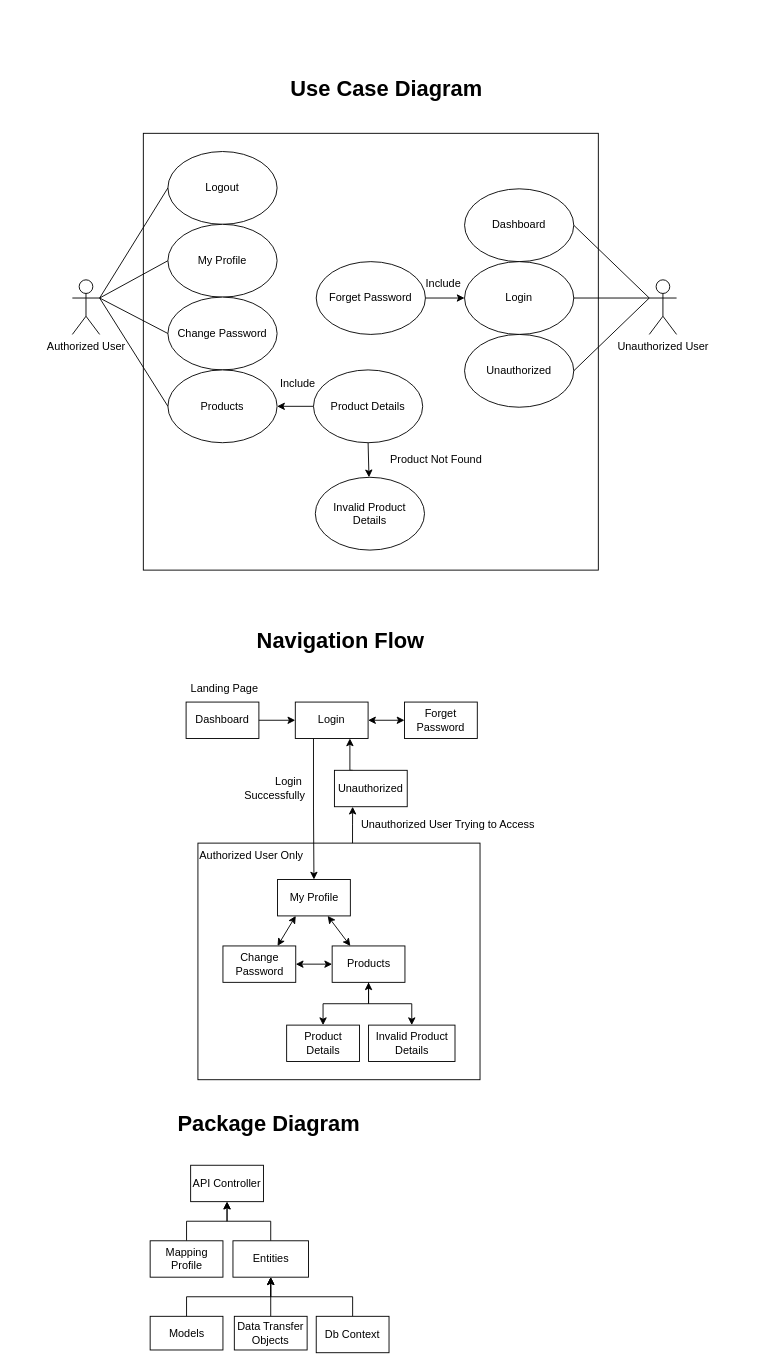
Above: Documentation/Requirement Analysis and System Design.drawio in yy-cc-20/Angular-Test (draw.io), before the change. Source tidied: cells renumbered, new cells numbered last; positions are measured from the earlier drawing's top-left corner, leaving out a move shared by most shapes. Both pictures are drawn from the tidied source at 91%, with x=0, y=0 at pixel (72, 69).
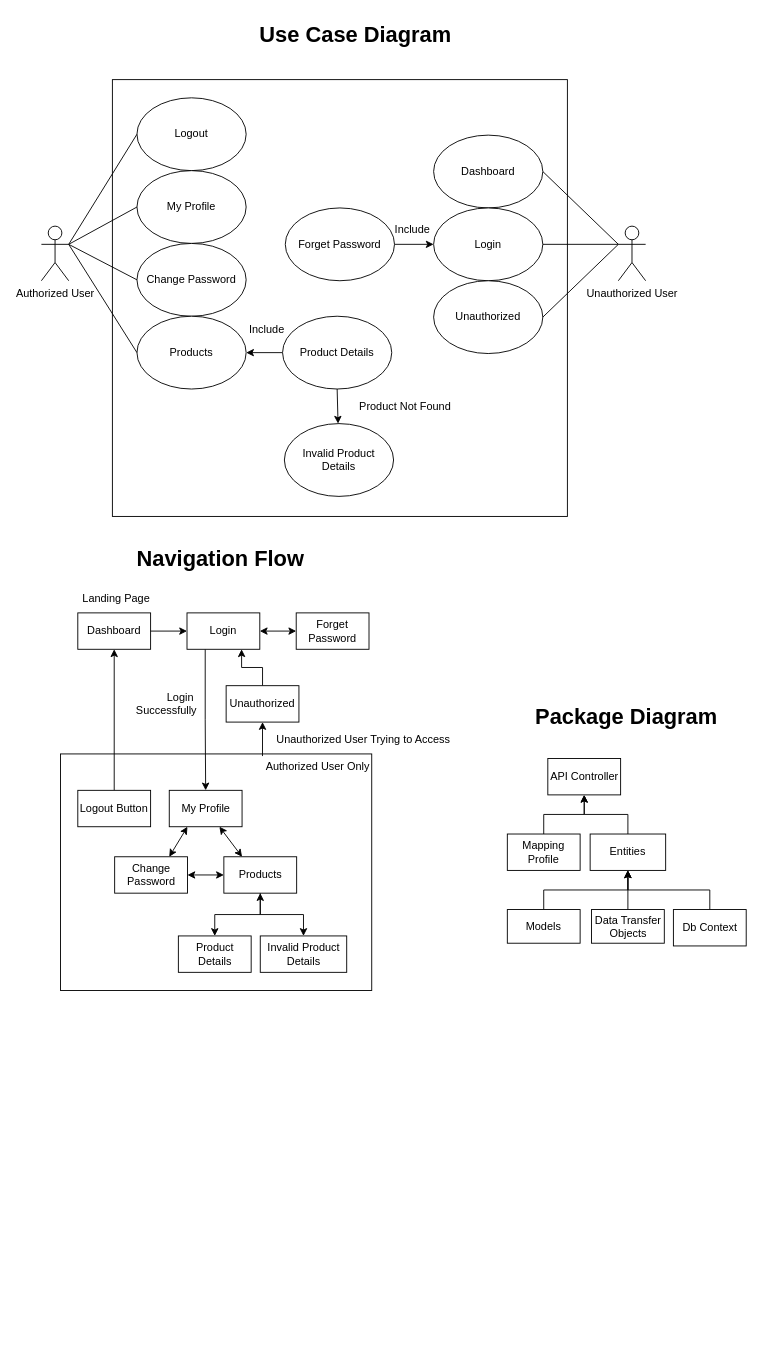
The same page after the edit.

What changed in the source:
```diff
@@
-    <mxCell id="2" style="edgeStyle=orthogonalEdgeStyle;rounded=0;jettySize=auto;html=1;exitX=0.548;exitY=0;exitDx=0;exitDy=0;entryX=0.25;entryY=1;entryDx=0;entryDy=0;exitPerimeter=0;" parent="1" edge="1" source="3" target="32">
-      <mxGeometry relative="1" as="geometry" />
-    </mxCell>
-    <mxCell id="3" value="&lt;div&gt;Authorized User Only&lt;/div&gt;" style="rounded=0;whiteSpace=wrap;html=1;fillColor=none;align=left;verticalAlign=top;" parent="1" vertex="1">
-      <mxGeometry x="138" y="850" width="310" height="260" as="geometry" />
+    <mxCell id="3" value="&lt;div&gt;Authorized User Only&lt;/div&gt;" style="rounded=0;whiteSpace=wrap;html=1;fillColor=none;align=right;verticalAlign=top;" parent="1" vertex="1">
+      <mxGeometry x="-13" y="752" width="342" height="260" as="geometry" />
     </mxCell>
@@
     <mxCell id="6" value="Unauthorized User" style="shape=umlActor;verticalLabelPosition=bottom;verticalAlign=top;html=1;outlineConnect=0;" parent="1" vertex="1">
-      <mxGeometry x="634" y="231" width="30" height="60" as="geometry" />
+      <mxGeometry x="600" y="172" width="30" height="60" as="geometry" />
     </mxCell>
     <mxCell id="7" value="Authorized User" style="shape=umlActor;verticalLabelPosition=bottom;verticalAlign=top;html=1;outlineConnect=0;" parent="1" vertex="1">
-      <mxGeometry y="231" width="30" height="60" as="geometry" />
+      <mxGeometry x="-34" y="172" width="30" height="60" as="geometry" />
     </mxCell>
     <mxCell id="8" value="Dashboard" style="ellipse;whiteSpace=wrap;html=1;" parent="1" vertex="1">
-      <mxGeometry x="431" y="131" width="120" height="80" as="geometry" />
+      <mxGeometry x="397" y="72" width="120" height="80" as="geometry" />
     </mxCell>
     <mxCell id="9" value="Login" style="ellipse;whiteSpace=wrap;html=1;" parent="1" vertex="1">
-      <mxGeometry x="431" y="211" width="120" height="80" as="geometry" />
+      <mxGeometry x="397" y="152" width="120" height="80" as="geometry" />
     </mxCell>
     <mxCell id="10" value="Logout" style="ellipse;whiteSpace=wrap;html=1;" parent="1" vertex="1">
-      <mxGeometry x="105" y="90" width="120" height="80" as="geometry" />
+      <mxGeometry x="71" y="31" width="120" height="80" as="geometry" />
     </mxCell>
@@
     <mxCell id="12" value="Forget Password" style="ellipse;whiteSpace=wrap;html=1;" parent="1" vertex="1">
-      <mxGeometry x="268" y="211" width="120" height="80" as="geometry" />
+      <mxGeometry x="234" y="152" width="120" height="80" as="geometry" />
     </mxCell>
     <mxCell id="13" value="Unauthorized" style="ellipse;whiteSpace=wrap;html=1;" parent="1" vertex="1">
-      <mxGeometry x="431" y="291" width="120" height="80" as="geometry" />
+      <mxGeometry x="397" y="232" width="120" height="80" as="geometry" />
     </mxCell>
@@
     <mxCell id="16" value="My Profile" style="ellipse;whiteSpace=wrap;html=1;" parent="1" vertex="1">
-      <mxGeometry x="105" y="170" width="120" height="80" as="geometry" />
+      <mxGeometry x="71" y="111" width="120" height="80" as="geometry" />
     </mxCell>
     <mxCell id="17" value="Change Password" style="ellipse;whiteSpace=wrap;html=1;" parent="1" vertex="1">
-      <mxGeometry x="105" y="250" width="120" height="80" as="geometry" />
+      <mxGeometry x="71" y="191" width="120" height="80" as="geometry" />
     </mxCell>
     <mxCell id="18" value="Products" style="ellipse;whiteSpace=wrap;html=1;" parent="1" vertex="1">
-      <mxGeometry x="105" y="330" width="120" height="80" as="geometry" />
+      <mxGeometry x="71" y="271" width="120" height="80" as="geometry" />
     </mxCell>
@@
     <mxCell id="21" value="Product Details" style="ellipse;whiteSpace=wrap;html=1;" parent="1" vertex="1">
-      <mxGeometry x="265" y="330" width="120" height="80" as="geometry" />
+      <mxGeometry x="231" y="271" width="120" height="80" as="geometry" />
     </mxCell>
     <mxCell id="22" value="Invalid Product Details" style="ellipse;whiteSpace=wrap;html=1;" parent="1" vertex="1">
-      <mxGeometry x="267" y="448" width="120" height="80" as="geometry" />
+      <mxGeometry x="233" y="389" width="120" height="80" as="geometry" />
     </mxCell>
@@
     <mxCell id="26" value="&lt;h1 style=&quot;margin-top: 0px;&quot;&gt;Use Case Diagram&lt;/h1&gt;" style="text;html=1;whiteSpace=wrap;overflow=hidden;rounded=0;" parent="1" vertex="1">
-      <mxGeometry x="238" width="224" height="44" as="geometry" />
+      <mxGeometry x="204" y="-59" width="224" height="44" as="geometry" />
     </mxCell>
     <mxCell id="27" value="Dashboard" style="rounded=0;whiteSpace=wrap;html=1;" parent="1" vertex="1">
-      <mxGeometry x="125" y="695" width="80" height="40" as="geometry" />
+      <mxGeometry x="6" y="597" width="80" height="40" as="geometry" />
     </mxCell>
@@
     <mxCell id="29" value="Login" style="rounded=0;whiteSpace=wrap;html=1;" parent="1" vertex="1">
-      <mxGeometry x="245" y="695" width="80" height="40" as="geometry" />
+      <mxGeometry x="126" y="597" width="80" height="40" as="geometry" />
     </mxCell>
     <mxCell id="30" value="Forget Password" style="rounded=0;whiteSpace=wrap;html=1;" parent="1" vertex="1">
-      <mxGeometry x="365" y="695" width="80" height="40" as="geometry" />
+      <mxGeometry x="246" y="597" width="80" height="40" as="geometry" />
     </mxCell>
-    <mxCell id="31" style="rounded=0;jettySize=auto;html=1;exitX=0.25;exitY=0;exitDx=0;exitDy=0;entryX=0.75;entryY=1;entryDx=0;entryDy=0;edgeStyle=orthogonalEdgeStyle;" parent="1" edge="1" source="32" target="29">
+    <mxCell id="31" style="edgeStyle=orthogonalEdgeStyle;rounded=0;jettySize=auto;html=1;exitX=0.5;exitY=0;exitDx=0;exitDy=0;entryX=0.75;entryY=1;entryDx=0;entryDy=0;" parent="1" edge="1" source="32" target="29">
       <mxGeometry relative="1" as="geometry" />
     </mxCell>
     <mxCell id="32" value="Unauthorized" style="rounded=0;whiteSpace=wrap;html=1;" parent="1" vertex="1">
-      <mxGeometry x="288" y="770" width="80" height="40" as="geometry" />
+      <mxGeometry x="169" y="677" width="80" height="40" as="geometry" />
     </mxCell>
@@
     <mxCell id="35" value="My Profile" style="rounded=0;whiteSpace=wrap;html=1;" parent="1" vertex="1">
-      <mxGeometry x="225.5" y="890" width="80" height="40" as="geometry" />
+      <mxGeometry x="106.5" y="792" width="80" height="40" as="geometry" />
     </mxCell>
     <mxCell id="36" value="Change Password" style="rounded=0;whiteSpace=wrap;html=1;" parent="1" vertex="1">
-      <mxGeometry x="165.5" y="963" width="80" height="40" as="geometry" />
+      <mxGeometry x="46.5" y="865" width="80" height="40" as="geometry" />
     </mxCell>
@@
     <mxCell id="38" value="Products" style="rounded=0;whiteSpace=wrap;html=1;" parent="1" vertex="1">
-      <mxGeometry x="285.5" y="963" width="80" height="40" as="geometry" />
+      <mxGeometry x="166.5" y="865" width="80" height="40" as="geometry" />
     </mxCell>
@@
     <mxCell id="40" value="Product Details" style="rounded=0;whiteSpace=wrap;html=1;" parent="1" vertex="1">
-      <mxGeometry x="235.5" y="1050" width="80" height="40" as="geometry" />
+      <mxGeometry x="116.5" y="952" width="80" height="40" as="geometry" />
     </mxCell>
     <mxCell id="41" value="Invalid Product Details" style="rounded=0;whiteSpace=wrap;html=1;" parent="1" vertex="1">
-      <mxGeometry x="325.5" y="1050" width="95" height="40" as="geometry" />
+      <mxGeometry x="206.5" y="952" width="95" height="40" as="geometry" />
     </mxCell>
@@
     <mxCell id="44" value="Login&amp;nbsp;&lt;div&gt;&lt;span style=&quot;background-color: initial;&quot;&gt;Successfully&lt;/span&gt;&lt;/div&gt;" style="text;html=1;align=right;verticalAlign=middle;whiteSpace=wrap;rounded=0;fillColor=default;" parent="1" vertex="1">
-      <mxGeometry x="188" y="775" width="70" height="30" as="geometry" />
+      <mxGeometry x="69" y="682" width="70" height="30" as="geometry" />
     </mxCell>
     <mxCell id="45" value="&lt;h1 style=&quot;margin-top: 0px;&quot;&gt;Navigation Flow&lt;/h1&gt;" style="text;html=1;whiteSpace=wrap;overflow=hidden;rounded=0;" parent="1" vertex="1">
-      <mxGeometry x="201" y="607" width="187" height="44" as="geometry" />
+      <mxGeometry x="69" y="517" width="187" height="44" as="geometry" />
     </mxCell>
     <mxCell id="46" value="Product Not Found" style="text;html=1;align=center;verticalAlign=middle;whiteSpace=wrap;rounded=0;" parent="1" vertex="1">
-      <mxGeometry x="342" y="414" width="116" height="30" as="geometry" />
+      <mxGeometry x="308" y="355" width="116" height="30" as="geometry" />
     </mxCell>
     <mxCell id="47" value="Include" style="text;html=1;align=center;verticalAlign=middle;whiteSpace=wrap;rounded=0;" parent="1" vertex="1">
-      <mxGeometry x="378" y="220" width="60" height="30" as="geometry" />
+      <mxGeometry x="344" y="161" width="60" height="30" as="geometry" />
     </mxCell>
     <mxCell id="48" value="Include" style="text;html=1;align=center;verticalAlign=middle;whiteSpace=wrap;rounded=0;" parent="1" vertex="1">
-      <mxGeometry x="218" y="330" width="60" height="30" as="geometry" />
+      <mxGeometry x="184" y="271" width="60" height="30" as="geometry" />
     </mxCell>
     <mxCell id="49" style="rounded=0;whiteSpace=wrap;html=1;fillColor=none;" parent="1" vertex="1">
-      <mxGeometry x="78" y="70" width="500" height="480" as="geometry" />
+      <mxGeometry x="44" y="11" width="500" height="480" as="geometry" />
     </mxCell>
     <mxCell id="50" value="Landing Page" style="text;html=1;align=center;verticalAlign=middle;whiteSpace=wrap;rounded=0;" parent="1" vertex="1">
-      <mxGeometry x="125" y="665" width="85" height="30" as="geometry" />
+      <mxGeometry x="6" y="567" width="85" height="30" as="geometry" />
     </mxCell>
@@
     <mxCell id="52" value="Unauthorized User Trying to Access" style="text;html=1;align=center;verticalAlign=middle;whiteSpace=wrap;rounded=0;" parent="1" vertex="1">
-      <mxGeometry x="308" y="815" width="210" height="30" as="geometry" />
+      <mxGeometry x="215" y="722" width="210" height="30" as="geometry" />
     </mxCell>
     <mxCell id="53" value="API Controller" style="rounded=0;whiteSpace=wrap;html=1;" parent="1" vertex="1">
-      <mxGeometry x="130" y="1204" width="80" height="40" as="geometry" />
+      <mxGeometry x="522.5" y="757" width="80" height="40" as="geometry" />
     </mxCell>
@@
     <mxCell id="55" value="Db Context" style="rounded=0;whiteSpace=wrap;html=1;" parent="1" vertex="1">
-      <mxGeometry x="268" y="1370" width="80" height="40" as="geometry" />
+      <mxGeometry x="660.5" y="923" width="80" height="40" as="geometry" />
     </mxCell>
@@
     <mxCell id="57" value="Entities" style="rounded=0;whiteSpace=wrap;html=1;" parent="1" vertex="1">
-      <mxGeometry x="176.5" y="1287" width="83" height="40" as="geometry" />
+      <mxGeometry x="569" y="840" width="83" height="40" as="geometry" />
     </mxCell>
@@
     <mxCell id="59" value="Models" style="rounded=0;whiteSpace=wrap;html=1;" parent="1" vertex="1">
-      <mxGeometry x="85.5" y="1370" width="80" height="37" as="geometry" />
+      <mxGeometry x="478" y="923" width="80" height="37" as="geometry" />
     </mxCell>
@@
     <mxCell id="61" value="Data Transfer Objects" style="rounded=0;whiteSpace=wrap;html=1;" parent="1" vertex="1">
-      <mxGeometry x="178" y="1370" width="80" height="37" as="geometry" />
+      <mxGeometry x="570.5" y="923" width="80" height="37" as="geometry" />
     </mxCell>
@@
     <mxCell id="63" value="Mapping Profile" style="rounded=0;whiteSpace=wrap;html=1;" parent="1" vertex="1">
-      <mxGeometry x="85.5" y="1287" width="80" height="40" as="geometry" />
+      <mxGeometry x="478" y="840" width="80" height="40" as="geometry" />
     </mxCell>
     <mxCell id="64" value="&lt;h1 style=&quot;margin-top: 0px;&quot;&gt;Package Diagram&lt;/h1&gt;" style="text;html=1;whiteSpace=wrap;overflow=hidden;rounded=0;" parent="1" vertex="1">
-      <mxGeometry x="114" y="1138" width="208" height="44" as="geometry" />
+      <mxGeometry x="506.5" y="691" width="208" height="44" as="geometry" />
     </mxCell>
+    <mxCell id="65" style="edgeStyle=orthogonalEdgeStyle;rounded=0;jettySize=auto;html=1;exitX=0.5;exitY=0;exitDx=0;exitDy=0;" parent="1" edge="1" source="66" target="27">
+      <mxGeometry relative="1" as="geometry" />
+    </mxCell>
+    <mxCell id="66" value="Logout Button" style="rounded=0;whiteSpace=wrap;html=1;" parent="1" vertex="1">
+      <mxGeometry x="6" y="792" width="80" height="40" as="geometry" />
+    </mxCell>
+    <mxCell id="67" style="edgeStyle=orthogonalEdgeStyle;rounded=0;jettySize=auto;html=1;exitX=0.5;exitY=1;exitDx=0;exitDy=0;entryX=0.649;entryY=0.009;entryDx=0;entryDy=0;entryPerimeter=0;startArrow=classic;startFill=1;endArrow=none;endFill=0;" parent="1" edge="1" source="32" target="3">
+      <mxGeometry relative="1" as="geometry" />
+    </mxCell>
```
